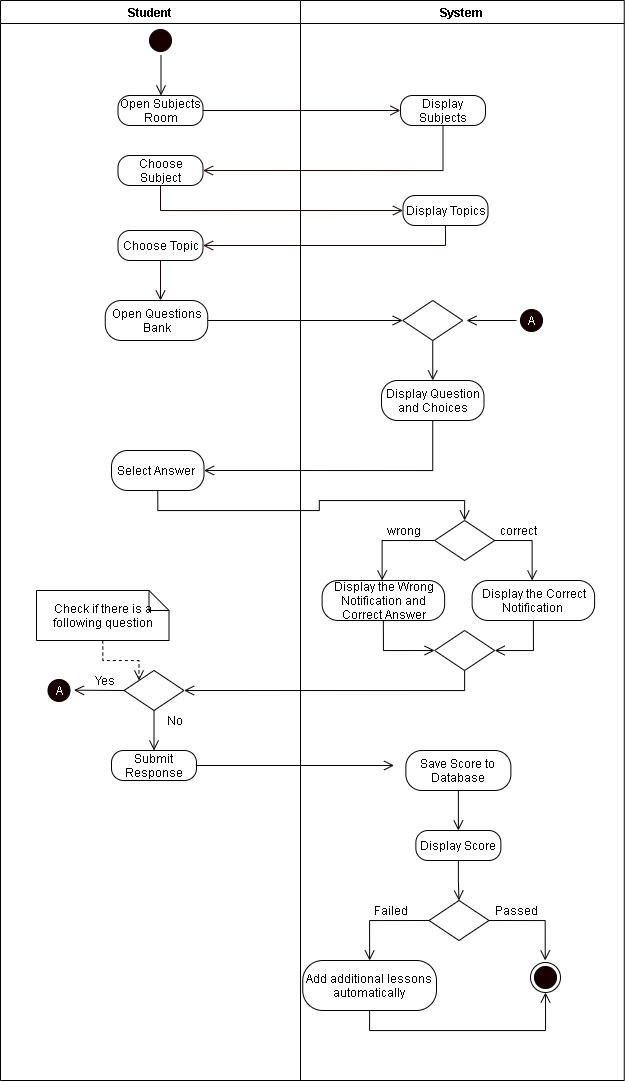
The draw.io diagram REVISIONS 5-30-2021/UML-DIAGRAMS/Diagrams-Assessment Questions.png in mrklglsn/CAPSTONE-FILES, before a commit. Source tidied: cells renumbered, new cells last; positions are measured from the earlier drawing's top-left corner, leaving out a move shared by most shapes.
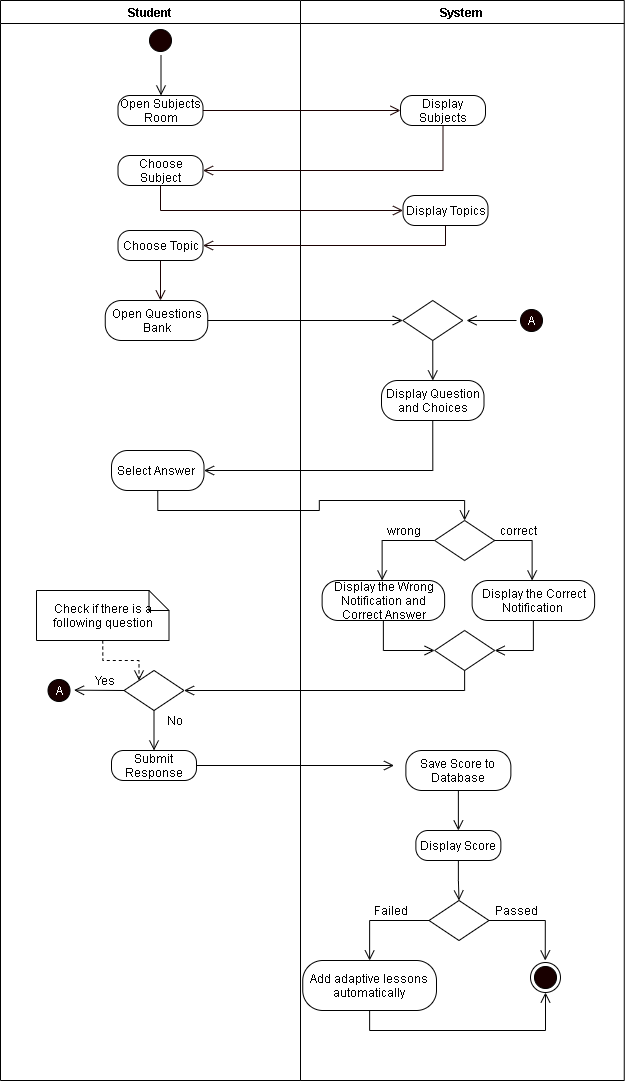
The same file after the commit.

What changed in the source:
```diff
@@ -105,7 +105,7 @@
     <mxCell id="33" style="edgeStyle=orthogonalEdgeStyle;rounded=0;jettySize=auto;html=1;exitX=0.5;exitY=1;exitDx=0;exitDy=0;entryX=0.5;entryY=1;entryDx=0;entryDy=0;endArrow=open;endFill=0;endSize=8;" parent="17" edge="1" source="34" target="41">
       <mxGeometry relative="1" as="geometry" />
     </mxCell>
-    <mxCell id="34" value="Add additional lessons automatically" style="rounded=1;whiteSpace=wrap;html=1;arcSize=40;" parent="17" vertex="1">
+    <mxCell id="34" value="Add adaptive lessons automatically" style="rounded=1;whiteSpace=wrap;html=1;arcSize=40;" parent="17" vertex="1">
       <mxGeometry x="2.3" y="960" width="133.7" height="50" as="geometry" />
     </mxCell>
     <mxCell id="35" style="edgeStyle=orthogonalEdgeStyle;rounded=0;jumpStyle=arc;jumpSize=14;jettySize=auto;html=1;exitX=1;exitY=0.5;exitDx=0;exitDy=0;endArrow=open;endFill=0;startSize=9;endSize=8;entryX=0.5;entryY=0;entryDx=0;entryDy=0;" parent="17" edge="1" source="32">
```
